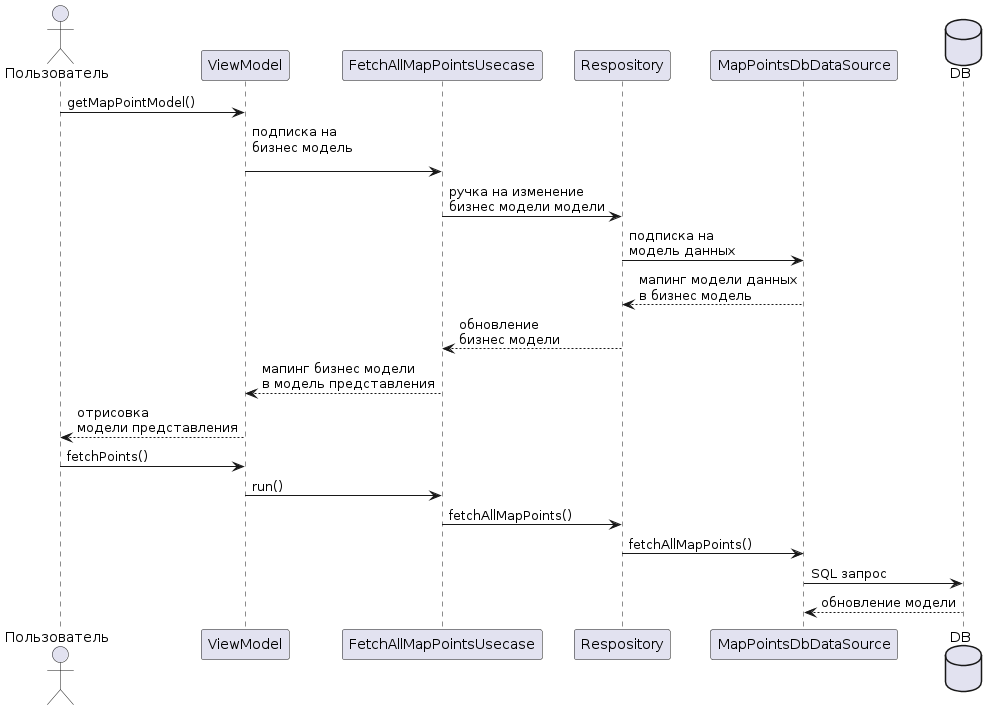
Before: img/get_map_points_uml.png, a diagram exported from PlantUML (MolchanovDmitry/MapPointsReviews). The source it was exported from:
```plantuml
@startuml
actor       Пользователь as user
participant ViewModel as vm
participant FetchAllMapPointsUsecase as usecase
participant Respository as rep
participant MapPointsDbDataSource as datasource
database DB as db


user -> vm : getMapPointModel()
vm -> usecase: подписка на\nбизнес модель\n
usecase -> rep : ручка на изменение\nбизнес модели модели
rep -> datasource : подписка на\nмодель данных
datasource --> rep : мапинг модели данных\nв бизнес модель
rep --> usecase : обновление\nбизнес модели
usecase --> vm : мапинг бизнес модели\nв модель представления
vm --> user : отрисовка\nмодели представления

user -> vm : fetchPoints()
vm -> usecase : run()
usecase -> rep : fetchAllMapPoints()
rep -> datasource : fetchAllMapPoints()
datasource -> db : SQL запрос

db --> datasource : обновление модели
@enduml
```
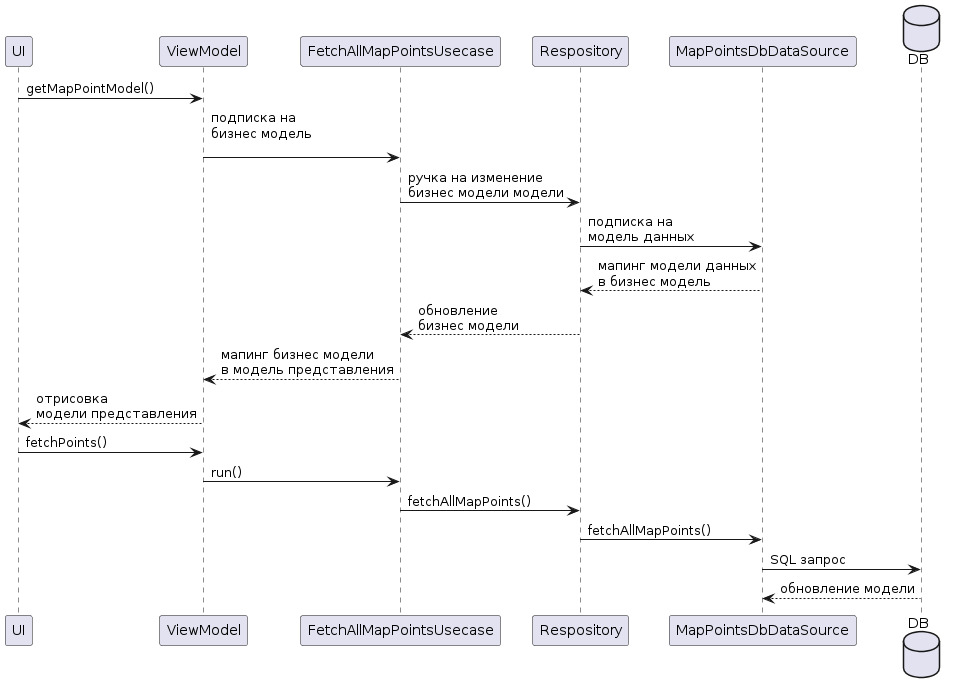
Above is the later version.

Commit message:
корректная uml картинка

Diff of the diagram source:
```diff
@@ -1,5 +1,5 @@
 @startuml
-actor       Пользователь as user
+participant       UI as user
 participant ViewModel as vm
 participant FetchAllMapPointsUsecase as usecase
 participant Respository as rep
```
